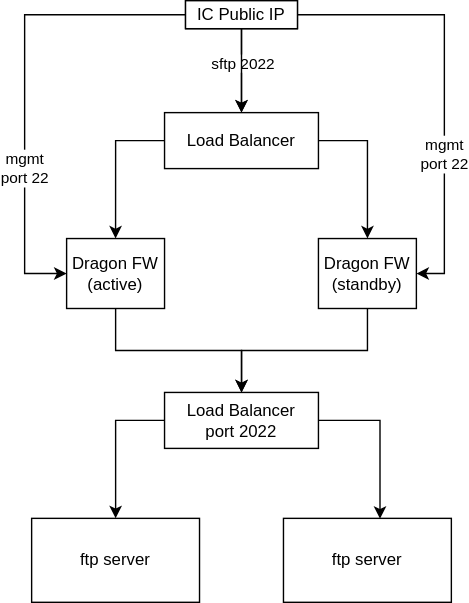
vjavle/invoicecloud keeps this draw.io diagram as ftpport22.svg. Above is the earlier version. Source tidied: cells renumbered, new cells last; positions are measured from the earlier drawing's top-left corner, leaving out a move shared by most shapes.
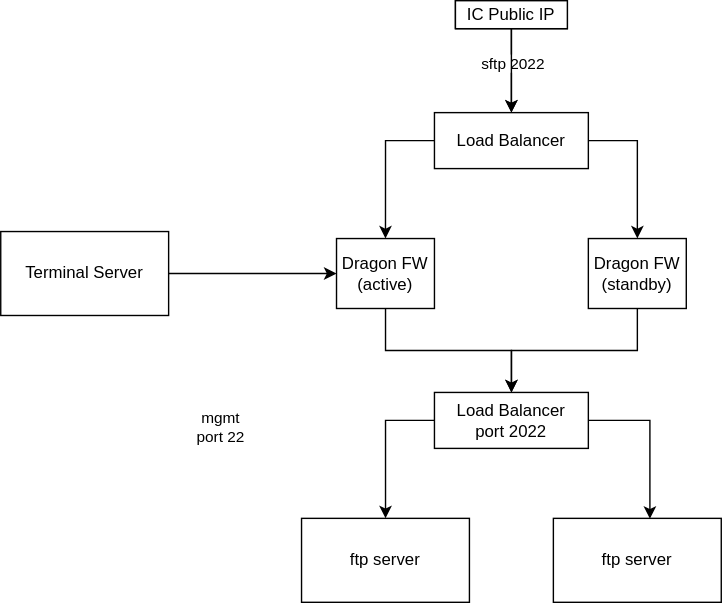
The same file after the commit.

Diff of the diagram source:
```diff
@@ -5,14 +5,8 @@
     <mxCell id="2" style="edgeStyle=orthogonalEdgeStyle;rounded=0;jettySize=auto;html=1;startArrow=none;startFill=0;endArrow=classic;endFill=1;" parent="1" edge="1" source="5" target="10">
       <mxGeometry relative="1" as="geometry" />
     </mxCell>
-    <mxCell id="3" style="edgeStyle=orthogonalEdgeStyle;rounded=0;jettySize=auto;html=1;startArrow=classic;startFill=1;endArrow=none;endFill=0;" parent="1" edge="1" source="5">
-      <mxGeometry relative="1" as="geometry">
-        <mxPoint x="115" y="10" as="targetPoint" />
-        <Array as="points">
-          <mxPoint y="195" />
-          <mxPoint y="10" />
-        </Array>
-      </mxGeometry>
+    <mxCell id="3" style="edgeStyle=orthogonalEdgeStyle;rounded=0;jettySize=auto;html=1;startArrow=classic;startFill=1;endArrow=none;endFill=0;" parent="1" edge="1" source="5" target="23">
+      <mxGeometry relative="1" as="geometry" />
     </mxCell>
     <mxCell id="4" value="mgmt&lt;br&gt;port 22" style="edgeLabel;html=1;align=center;verticalAlign=middle;" parent="3" vertex="1">
       <mxGeometry x="0.32" relative="1" as="geometry">
@@ -57,19 +51,6 @@
     <mxCell id="16" style="edgeStyle=orthogonalEdgeStyle;rounded=0;jettySize=auto;html=1;startArrow=none;startFill=0;endArrow=classic;endFill=1;" parent="1" edge="1" source="19" target="10">
       <mxGeometry relative="1" as="geometry" />
     </mxCell>
-    <mxCell id="17" style="edgeStyle=orthogonalEdgeStyle;rounded=0;jettySize=auto;html=1;startArrow=classic;startFill=1;endArrow=none;endFill=0;" parent="1" edge="1" source="19" target="21">
-      <mxGeometry relative="1" as="geometry">
-        <Array as="points">
-          <mxPoint x="300" y="195" />
-          <mxPoint x="300" y="10" />
-        </Array>
-      </mxGeometry>
-    </mxCell>
-    <mxCell id="18" value="mgmt&lt;br&gt;port 22" style="edgeLabel;html=1;align=center;verticalAlign=middle;" parent="17" vertex="1">
-      <mxGeometry x="0.72" relative="1" as="geometry">
-        <mxPoint x="62" y="100" as="offset" />
-      </mxGeometry>
-    </mxCell>
     <mxCell id="19" value="Dragon FW&lt;br&gt;(standby)" style="rounded=0;whiteSpace=wrap;html=1;" parent="1" vertex="1">
       <mxGeometry x="210" y="170" width="70" height="50" as="geometry" />
     </mxCell>
@@ -82,5 +63,8 @@
     <mxCell id="22" value="IC Public IP" style="rounded=0;whiteSpace=wrap;html=1;fontColor=#000000;" parent="1" vertex="1">
       <mxGeometry x="115" width="80" height="20" as="geometry" />
     </mxCell>
+    <mxCell id="23" value="Terminal Server" style="rounded=0;whiteSpace=wrap;html=1;fontColor=#000000;" parent="1" vertex="1">
+      <mxGeometry x="-210" y="165" width="120" height="60" as="geometry" />
+    </mxCell>
   </root>
 </mxGraphModel>
```
